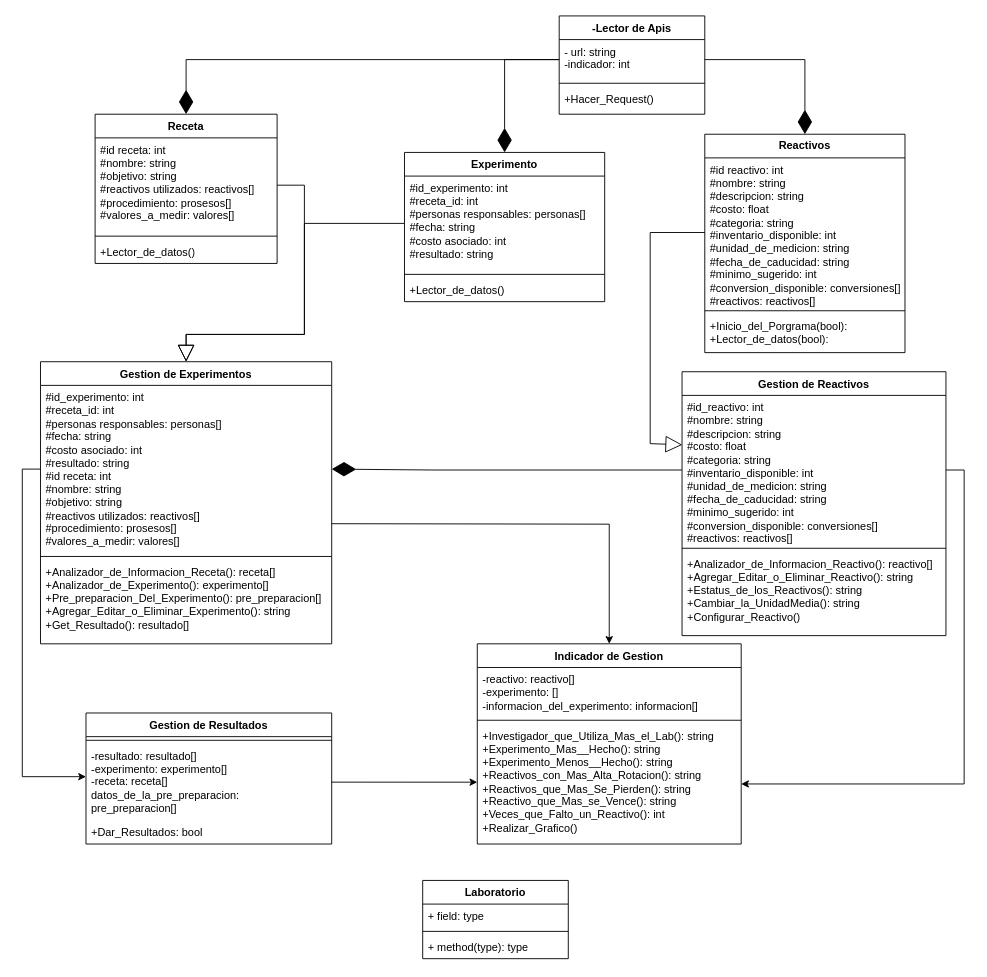
Above: Diagrama_proyecto.drawio in Diegoafkx/Proyecto (draw.io), before the change. Source tidied: cells renumbered, new cells numbered last; positions are measured from the earlier drawing's top-left corner, leaving out a move shared by most shapes. Both pictures are drawn from the tidied source at 91%, with x=0, y=0 at pixel (22, 15).
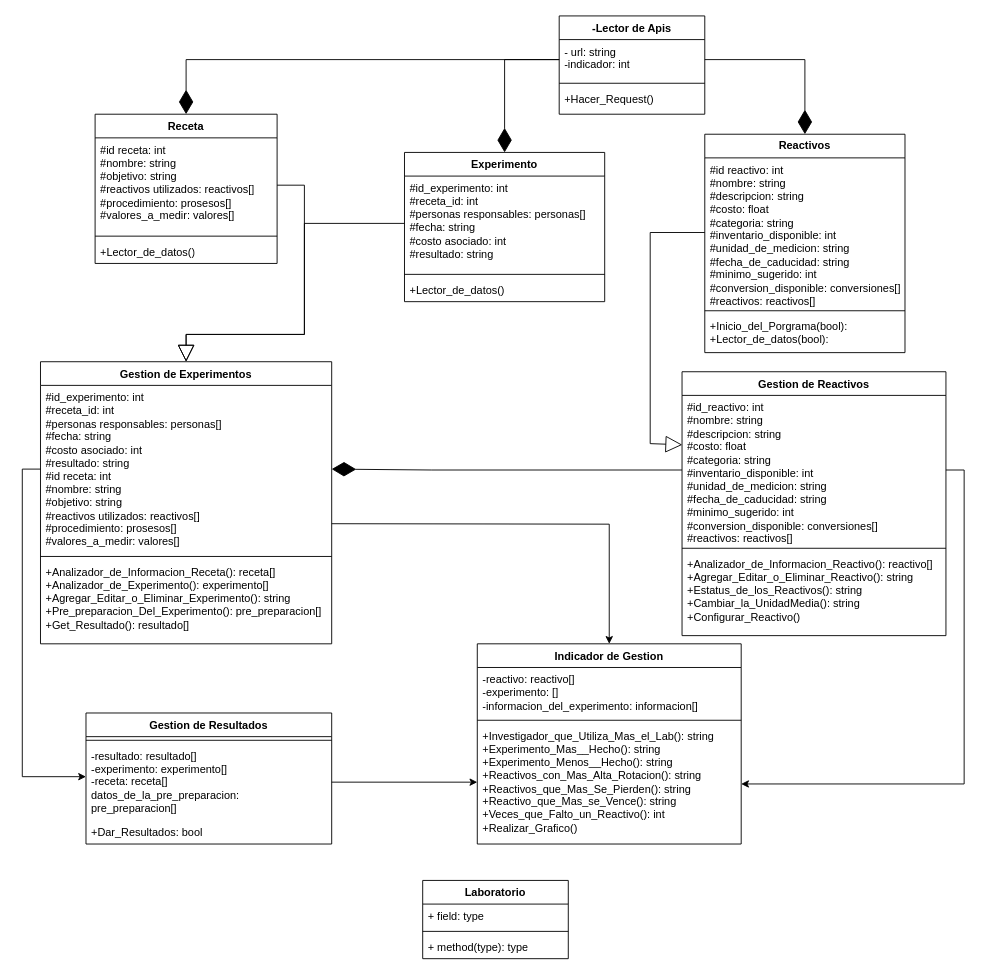
After the change.

Unchanged cells that the change refers to:
```xml
<mxCell id="10" value="Gestion de Experimentos" style="swimlane;fontStyle=1;align=center;verticalAlign=top;horizontal=1;startSize=26;whiteSpace=wrap;html=1;" parent="1" vertex="1">
  <mxGeometry x="20" y="380" width="320" height="310" as="geometry" />
</mxCell>
```

What changed in the source:
```diff
@@
-    <mxCell id="13" value="+Analizador_de_Informacion_Receta(): receta[]&lt;div&gt;+Analizador_de_Experimento(): experimento[]&lt;/div&gt;&lt;div&gt;+Pre_preparacion_Del_Experimento(): pre_preparacion[]&lt;/div&gt;&lt;div&gt;+Agregar_Editar_o_Eliminar_Experimento(): string&lt;/div&gt;&lt;div&gt;+Get_Resultado(): resultado[]&lt;/div&gt;" style="text;strokeColor=none;fillColor=none;align=left;verticalAlign=top;spacingLeft=4;spacingRight=4;overflow=hidden;whiteSpace=wrap;html=1;" parent="10" vertex="1">
+    <mxCell id="13" value="+Analizador_de_Informacion_Receta(): receta[]&lt;div&gt;+Analizador_de_Experimento(): experimento[]&lt;/div&gt;&lt;div&gt;+Agregar_Editar_o_Eliminar_Experimento(): string&lt;/div&gt;&lt;div&gt;+Pre_preparacion_Del_Experimento(): pre_preparacion[]&lt;/div&gt;&lt;div&gt;+Get_Resultado(): resultado[]&lt;/div&gt;" style="text;strokeColor=none;fillColor=none;align=left;verticalAlign=top;spacingLeft=4;spacingRight=4;overflow=hidden;whiteSpace=wrap;html=1;" parent="10" vertex="1">
       <mxGeometry y="218" width="320" height="92" as="geometry" />
     </mxCell>
```
